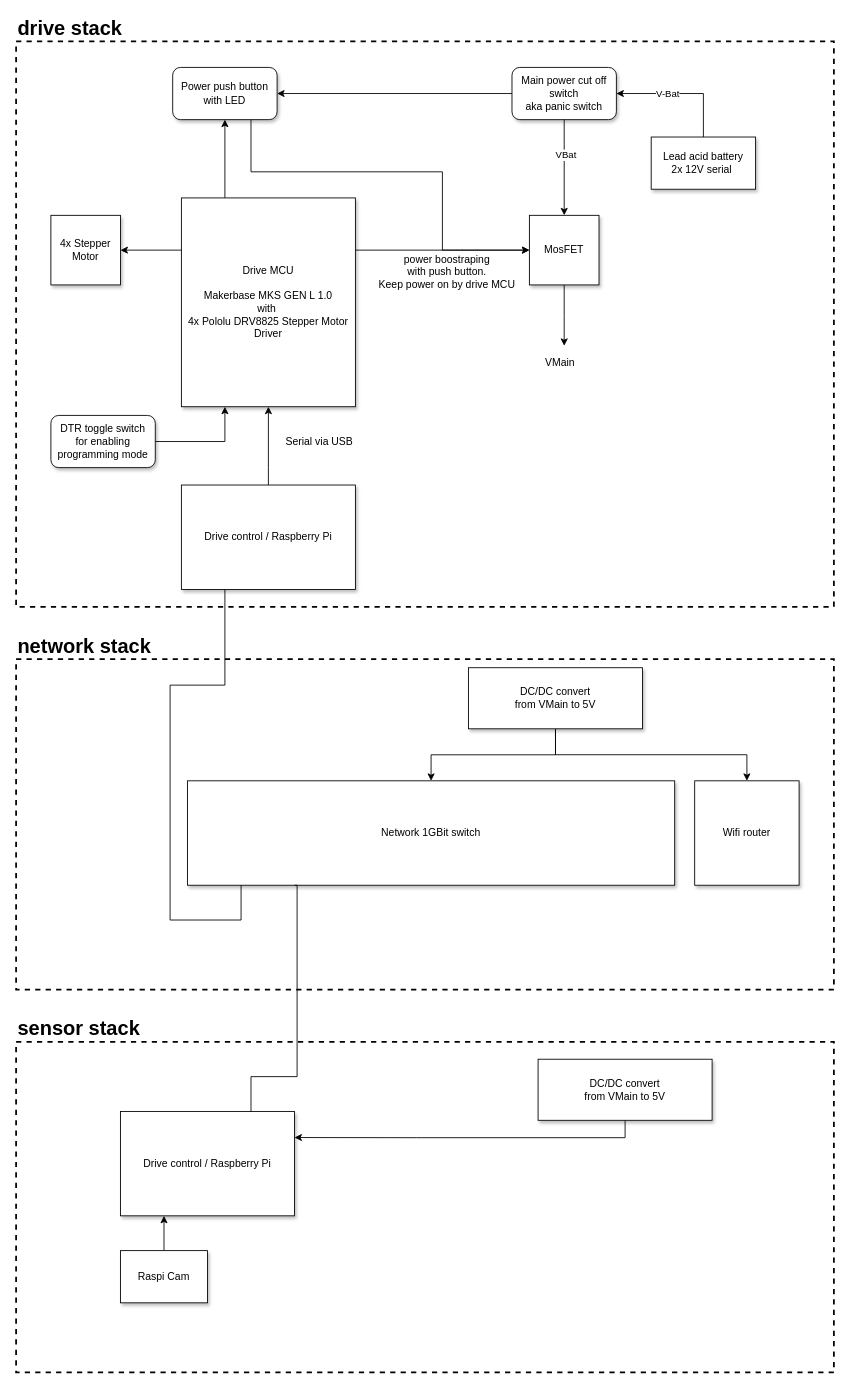
This is doc/wiki_images/overview.drawio from hackffm/SpaceShuttle, a draw.io file, before an edit. Source tidied: cells renumbered, new cells numbered last; positions are measured from the earlier drawing's top-left corner, leaving out a move shared by most shapes. Both pictures are drawn from the tidied source at 87%, with x=0, y=0 at pixel (16, 15).
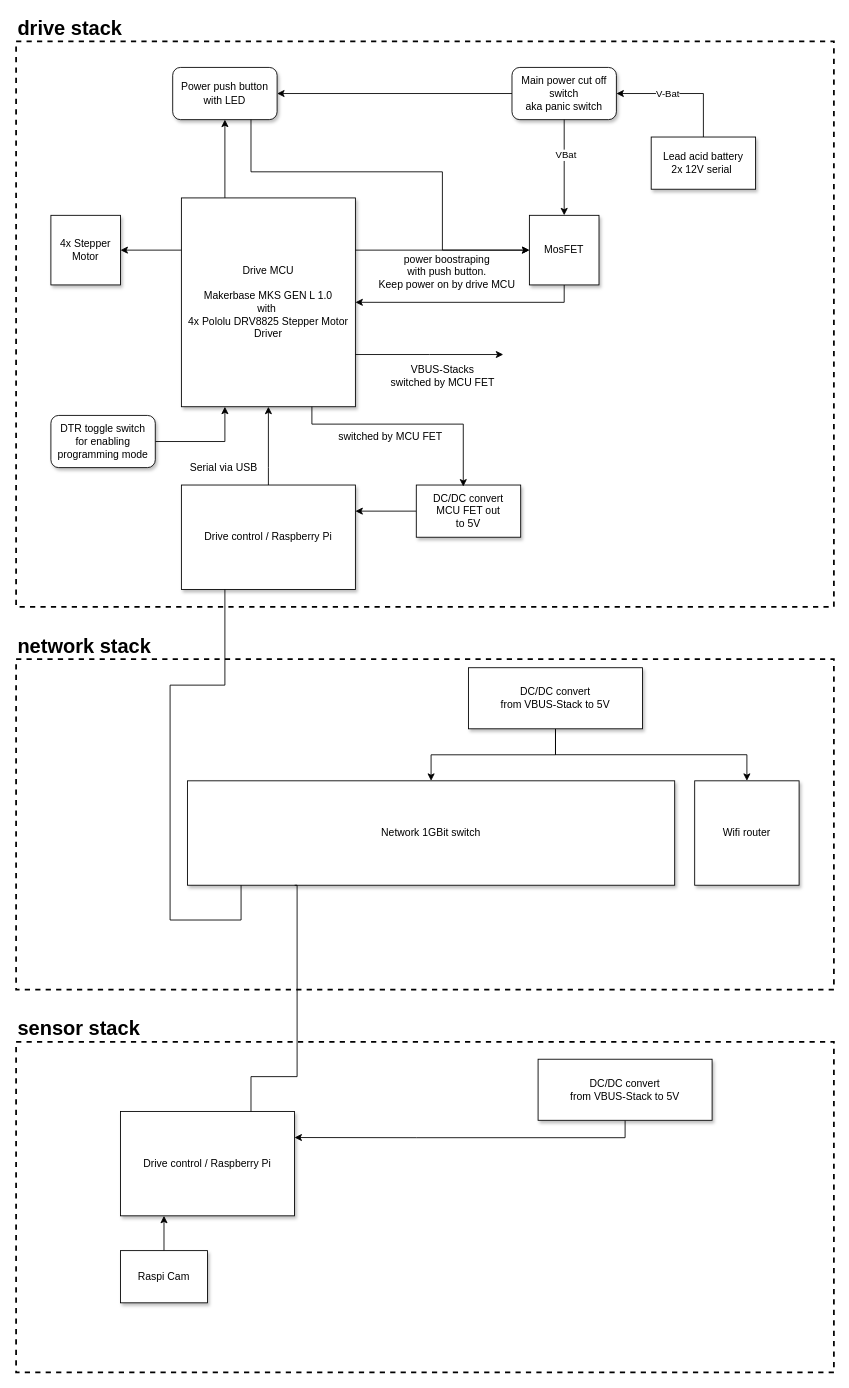
Above is the later version.

Commit message:
MCU FET out and VBUS-Stack update

The change refers to these unchanged cells:
```xml
<mxCell id="2" style="rounded=0;whiteSpace=wrap;html=1;shadow=0;fillColor=none;dashed=1;strokeWidth=2;" parent="1" vertex="1">
  <mxGeometry y="740" width="940" height="380" as="geometry" />
</mxCell>
<mxCell id="10" style="group;" parent="1" vertex="1">
  <mxGeometry y="30" width="940" height="650" as="geometry" />
</mxCell>
<mxCell id="11" style="rounded=0;whiteSpace=wrap;html=1;shadow=0;fillColor=none;dashed=1;strokeWidth=2;" parent="10" vertex="1">
  <mxGeometry width="940" height="650" as="geometry" />
</mxCell>
<mxCell id="14" value="Drive MCU&lt;br&gt;&lt;br&gt;Makerbase MKS GEN L 1.0&lt;br&gt;with&amp;nbsp;&lt;br&gt;4x Pololu DRV8825 Stepper Motor Driver" style="rounded=0;whiteSpace=wrap;html=1;shadow=1;" parent="11" vertex="1">
  <mxGeometry x="190" y="180" width="200" height="240" as="geometry" />
</mxCell>
<mxCell id="23" value="MosFET" style="whiteSpace=wrap;html=1;shadow=1;" parent="11" vertex="1">
  <mxGeometry x="590" y="200" width="80" height="80" as="geometry" />
</mxCell>
<mxCell id="29" value="Drive control / Raspberry Pi" style="rounded=0;whiteSpace=wrap;html=1;shadow=1;" parent="11" vertex="1">
  <mxGeometry x="190" y="510" width="200" height="120" as="geometry" />
</mxCell>
<mxCell id="35" style="rounded=0;whiteSpace=wrap;html=1;shadow=0;fillColor=none;dashed=1;strokeWidth=2;" parent="1" vertex="1">
  <mxGeometry y="1180" width="940" height="380" as="geometry" />
</mxCell>
```

What changed in the source:
```diff
@@
-    <mxCell id="6" value="DC/DC convert &lt;br&gt;from VMain to 5V" style="rounded=0;whiteSpace=wrap;html=1;shadow=1;" parent="2" vertex="1">
+    <mxCell id="6" value="DC/DC convert &lt;br&gt;from VBUS-Stack to 5V" style="rounded=0;whiteSpace=wrap;html=1;shadow=1;" parent="2" vertex="1">
       <mxGeometry x="520" y="10" width="200" height="70.2" as="geometry" />
     </mxCell>
@@
-    <mxCell id="22" style="edgeStyle=orthogonalEdgeStyle;rounded=0;jettySize=auto;html=1;exitX=0.5;exitY=1;exitDx=0;exitDy=0;fontSize=23;" parent="11" edge="1" source="23">
+    <mxCell id="22" style="edgeStyle=orthogonalEdgeStyle;rounded=0;jettySize=auto;html=1;exitX=0.5;exitY=1;exitDx=0;exitDy=0;fontSize=23;" parent="11" edge="1" source="23" target="14">
       <mxGeometry relative="1" as="geometry">
-        <mxPoint x="630" y="350" as="targetPoint" />
+        <Array as="points">
+          <mxPoint x="630" y="300" />
+        </Array>
       </mxGeometry>
     </mxCell>
@@
-    <mxCell id="30" value="Serial via USB&amp;nbsp;" style="text;html=1;align=center;verticalAlign=middle;strokeColor=none;fillColor=none;" parent="11" vertex="1">
-      <mxGeometry x="300" y="450" width="100" height="20" as="geometry" />
-    </mxCell>
@@
-    <mxCell id="34" value="VMain" style="text;html=1;align=center;verticalAlign=middle;strokeColor=none;fillColor=none;fontSize=12;" parent="11" vertex="1">
-      <mxGeometry x="600" y="360" width="50" height="20" as="geometry" />
-    </mxCell>
+    <mxCell id="44" style="edgeStyle=orthogonalEdgeStyle;rounded=0;jettySize=auto;html=1;exitX=0;exitY=0.5;exitDx=0;exitDy=0;entryX=1;entryY=0.25;entryDx=0;entryDy=0;" parent="11" edge="1" source="45" target="29">
+      <mxGeometry relative="1" as="geometry" />
+    </mxCell>
+    <mxCell id="45" value="DC/DC convert &lt;br&gt;&lt;div&gt;MCU FET out &lt;br&gt;&lt;/div&gt;&lt;div&gt;to 5V&lt;/div&gt;" style="rounded=0;whiteSpace=wrap;html=1;shadow=1;" parent="11" vertex="1">
+      <mxGeometry x="460" y="510" width="120" height="60" as="geometry" />
+    </mxCell>
+    <mxCell id="46" style="edgeStyle=orthogonalEdgeStyle;rounded=0;jettySize=auto;html=1;exitX=0.75;exitY=1;exitDx=0;exitDy=0;entryX=0.45;entryY=0.029;entryDx=0;entryDy=0;entryPerimeter=0;" parent="11" edge="1" source="14" target="45">
+      <mxGeometry relative="1" as="geometry">
+        <Array as="points">
+          <mxPoint x="340" y="440" />
+          <mxPoint x="514" y="440" />
+        </Array>
+      </mxGeometry>
+    </mxCell>
+    <mxCell id="47" value="&lt;div&gt;VBUS-Stacks&lt;/div&gt;&lt;div&gt;switched by MCU FET&lt;br&gt;&lt;/div&gt;" style="text;html=1;align=center;verticalAlign=middle;strokeColor=none;fillColor=none;" parent="11" vertex="1">
+      <mxGeometry x="425" y="370" width="130" height="30" as="geometry" />
+    </mxCell>
+    <mxCell id="48" value="&lt;div&gt;switched by MCU FET&lt;br&gt;&lt;/div&gt;" style="text;html=1;align=center;verticalAlign=middle;strokeColor=none;fillColor=none;" parent="11" vertex="1">
+      <mxGeometry x="365" y="445" width="130" height="20" as="geometry" />
+    </mxCell>
+    <mxCell id="30" value="Serial via USB&amp;nbsp;" style="text;html=1;align=center;verticalAlign=middle;strokeColor=none;fillColor=none;" parent="10" vertex="1">
+      <mxGeometry x="190" y="480" width="100" height="20" as="geometry" />
+    </mxCell>
@@
-    <mxCell id="37" value="DC/DC convert &lt;br&gt;from VMain to 5V" style="rounded=0;whiteSpace=wrap;html=1;shadow=1;" parent="35" vertex="1">
+    <mxCell id="37" value="DC/DC convert &lt;br&gt;from VBUS-Stack to 5V" style="rounded=0;whiteSpace=wrap;html=1;shadow=1;" parent="35" vertex="1">
       <mxGeometry x="600" y="20" width="200" height="70.2" as="geometry" />
     </mxCell>
@@
+    <mxCell id="49" style="edgeStyle=orthogonalEdgeStyle;rounded=0;jettySize=auto;html=1;exitX=1;exitY=0.75;exitDx=0;exitDy=0;" parent="1" edge="1" source="14">
+      <mxGeometry relative="1" as="geometry">
+        <mxPoint x="560" y="390" as="targetPoint" />
+      </mxGeometry>
+    </mxCell>
```
